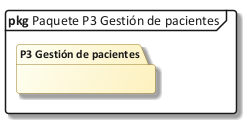
This is Docs/diagramas/24_paq_p3.png from Kato-001/nova-salud, a PlantUML export, as it was before one commit. Source of this version:
```plantuml
@startuml 24_paq_p3
!include C:/Users/Sergio Estaca Paco/Desktop/HeadSalud/Docs/diagramas/estilo_ea.iuml
mainframe **pkg** Paquete P3 Gestión de pacientes
skinparam packageStyle folder
package "P3 Gestión de pacientes" as PK {
}
@enduml
```
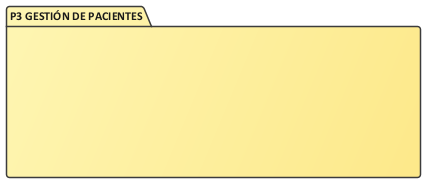
After the change.

Diff of the diagram source:
```diff
@@ -1,7 +1,14 @@
 @startuml 24_paq_p3
 !include C:/Users/Sergio Estaca Paco/Desktop/HeadSalud/Docs/diagramas/estilo_ea.iuml
-mainframe **pkg** Paquete P3 Gestión de pacientes
-skinparam packageStyle folder
-package "P3 Gestión de pacientes" as PK {
+skinparam PackageBackgroundColor #FFF6B3/#FDE98A
+skinparam shadowing false
+package "P3 GESTIÓN DE PACIENTES" as PK {
+  skinparam rectangle<<oculto>> {
+    BackgroundColor transparent
+    BorderColor transparent
+    StereotypeFontSize 0
+    shadowing false
+  }
+  rectangle "<size:40>                                        </size>\n\n\n" <<oculto>> as X
 }
 @enduml
```
